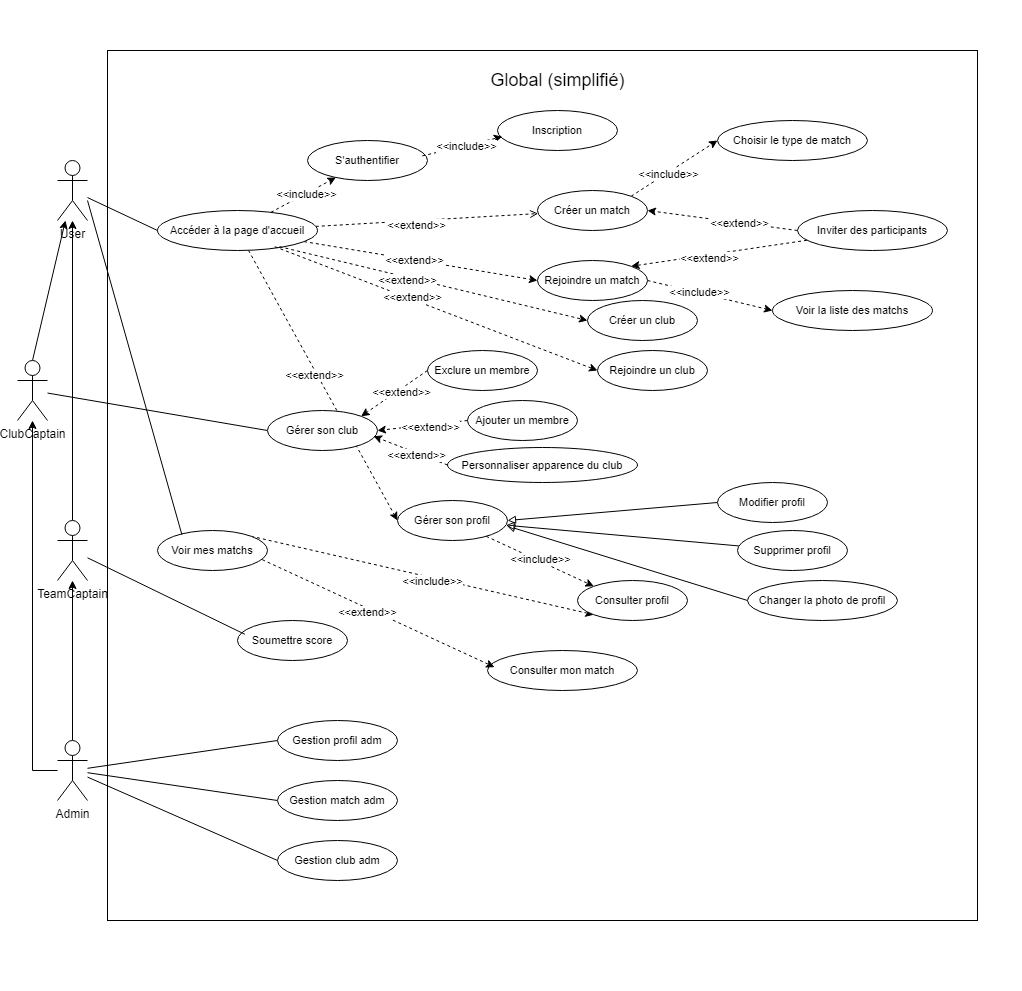
Above: Diagram use case Global simplifié.drawio.png in Mathistrg/Styx (draw.io), before the change. Source tidied: cells renumbered, new cells last; positions are measured from the earlier drawing's top-left corner, leaving out a move shared by most shapes.
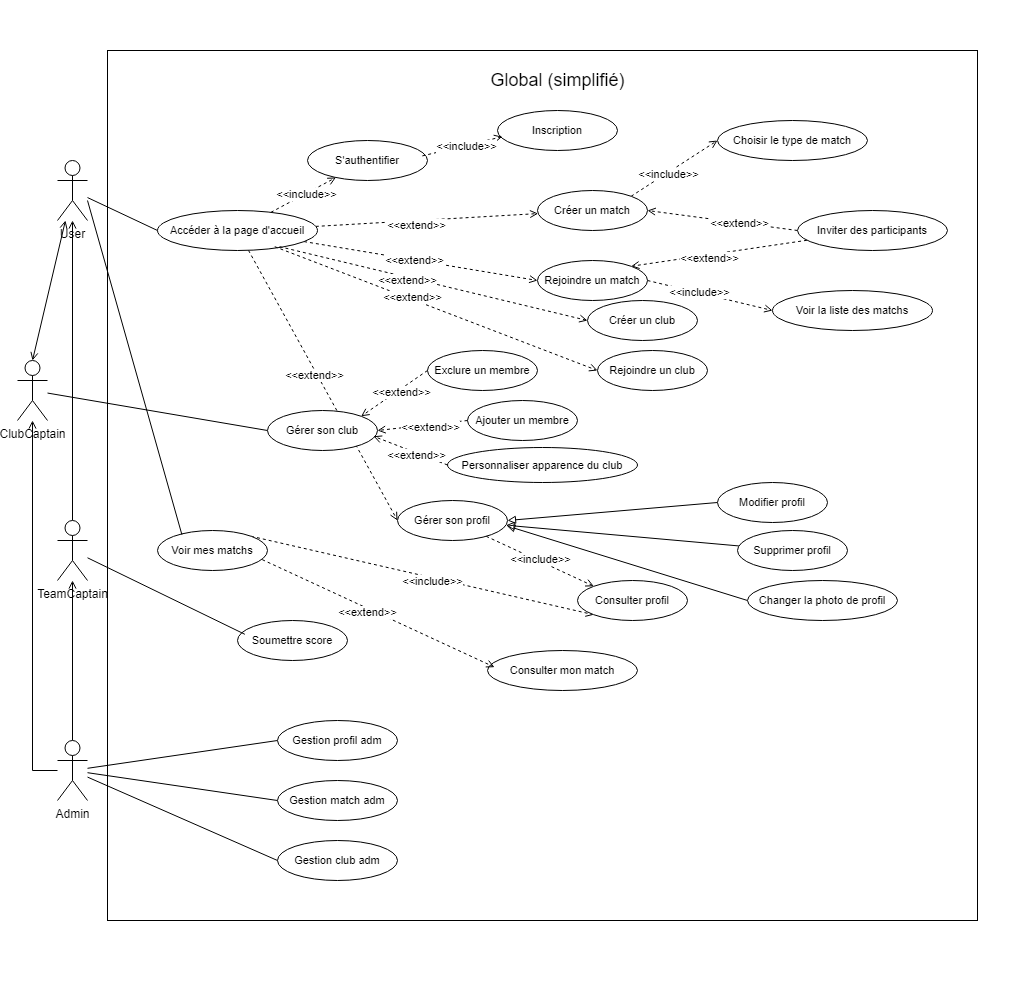
After the change.

Commit message:
Mettre à jour Diagram use case Global simplifié.drawio.png

The edit, as a diff of the source:
```diff
@@ -13,3 +13,3 @@
     </mxCell>
-    <mxCell id="5" style="rounded=0;jettySize=auto;html=1;endArrow=none;endFill=0;entryX=0.5;entryY=0;entryDx=0;entryDy=0;entryPerimeter=0;startArrow=classic;startFill=1;" parent="1" edge="1" source="7" target="9">
+    <mxCell id="5" style="rounded=0;jettySize=auto;html=1;endArrow=open;endFill=0;entryX=0.5;entryY=0;entryDx=0;entryDy=0;entryPerimeter=0;startArrow=open;startFill=0;" parent="1" edge="1" source="7" target="9">
       <mxGeometry relative="1" as="geometry" />
@@ -37,6 +37,6 @@
     </mxCell>
-    <mxCell id="13" style="edgeStyle=none;shape=connector;rounded=0;jettySize=auto;html=1;strokeColor=default;align=center;verticalAlign=middle;fontFamily=Helvetica;fontSize=11;fontColor=default;labelBackgroundColor=default;endArrow=classic;endFill=1;" parent="1" edge="1" source="15" target="20">
+    <mxCell id="13" style="edgeStyle=none;shape=connector;rounded=0;jettySize=auto;html=1;strokeColor=default;align=center;verticalAlign=middle;fontFamily=Helvetica;fontSize=11;fontColor=default;labelBackgroundColor=default;endArrow=open;endFill=0;" parent="1" edge="1" source="15" target="20">
       <mxGeometry relative="1" as="geometry" />
     </mxCell>
-    <mxCell id="14" style="edgeStyle=orthogonalEdgeStyle;rounded=0;jettySize=auto;html=1;" parent="1" edge="1" source="15" target="9">
+    <mxCell id="14" style="edgeStyle=orthogonalEdgeStyle;rounded=0;jettySize=auto;html=1;endArrow=open;endFill=0;" parent="1" edge="1" source="15" target="9">
       <mxGeometry relative="1" as="geometry" />
@@ -55,3 +55,3 @@
     </mxCell>
-    <mxCell id="19" style="edgeStyle=orthogonalEdgeStyle;rounded=0;jettySize=auto;html=1;" parent="1" edge="1" source="20" target="7">
+    <mxCell id="19" style="edgeStyle=orthogonalEdgeStyle;rounded=0;jettySize=auto;html=1;endArrow=open;endFill=0;" parent="1" edge="1" source="20" target="7">
       <mxGeometry relative="1" as="geometry" />
@@ -64,3 +64,3 @@
     </mxCell>
-    <mxCell id="22" style="edgeStyle=none;shape=connector;rounded=0;jettySize=auto;html=1;dashed=1;strokeColor=default;align=center;verticalAlign=middle;fontFamily=Helvetica;fontSize=11;fontColor=default;labelBackgroundColor=default;endArrow=classic;endFill=1;" parent="1" edge="1" source="30" target="21">
+    <mxCell id="22" style="edgeStyle=none;shape=connector;rounded=0;jettySize=auto;html=1;dashed=1;strokeColor=default;align=center;verticalAlign=middle;fontFamily=Helvetica;fontSize=11;fontColor=default;labelBackgroundColor=default;endArrow=open;endFill=0;" parent="1" edge="1" source="30" target="21">
       <mxGeometry relative="1" as="geometry" />
@@ -76,3 +76,3 @@
     </mxCell>
-    <mxCell id="26" style="edgeStyle=none;shape=connector;rounded=0;jettySize=auto;html=1;entryX=0;entryY=0.5;entryDx=0;entryDy=0;dashed=1;strokeColor=default;align=center;verticalAlign=middle;fontFamily=Helvetica;fontSize=11;fontColor=default;labelBackgroundColor=default;endArrow=classic;endFill=1;" parent="1" edge="1" source="30" target="42">
+    <mxCell id="26" style="edgeStyle=none;shape=connector;rounded=0;jettySize=auto;html=1;entryX=0;entryY=0.5;entryDx=0;entryDy=0;dashed=1;strokeColor=default;align=center;verticalAlign=middle;fontFamily=Helvetica;fontSize=11;fontColor=default;labelBackgroundColor=default;endArrow=open;endFill=0;" parent="1" edge="1" source="30" target="42">
       <mxGeometry relative="1" as="geometry" />
@@ -82,3 +82,3 @@
     </mxCell>
-    <mxCell id="28" style="edgeStyle=none;shape=connector;rounded=0;jettySize=auto;html=1;entryX=0;entryY=0.5;entryDx=0;entryDy=0;dashed=1;strokeColor=default;align=center;verticalAlign=middle;fontFamily=Helvetica;fontSize=11;fontColor=default;labelBackgroundColor=default;endArrow=classic;endFill=1;" parent="1" edge="1" source="30" target="53">
+    <mxCell id="28" style="edgeStyle=none;shape=connector;rounded=0;jettySize=auto;html=1;entryX=0;entryY=0.5;entryDx=0;entryDy=0;dashed=1;strokeColor=default;align=center;verticalAlign=middle;fontFamily=Helvetica;fontSize=11;fontColor=default;labelBackgroundColor=default;endArrow=open;endFill=0;" parent="1" edge="1" source="30" target="53">
       <mxGeometry relative="1" as="geometry" />
@@ -93,3 +93,3 @@
     </mxCell>
-    <mxCell id="31" style="edgeStyle=none;shape=connector;rounded=0;jettySize=auto;html=1;exitX=1;exitY=0;exitDx=0;exitDy=0;entryX=0;entryY=0.5;entryDx=0;entryDy=0;dashed=1;strokeColor=default;align=center;verticalAlign=middle;fontFamily=Helvetica;fontSize=11;fontColor=default;labelBackgroundColor=default;endArrow=classic;endFill=1;" parent="1" edge="1" source="35" target="36">
+    <mxCell id="31" style="edgeStyle=none;shape=connector;rounded=0;jettySize=auto;html=1;exitX=1;exitY=0;exitDx=0;exitDy=0;entryX=0;entryY=0.5;entryDx=0;entryDy=0;dashed=1;strokeColor=default;align=center;verticalAlign=middle;fontFamily=Helvetica;fontSize=11;fontColor=default;labelBackgroundColor=default;endArrow=open;endFill=0;" parent="1" edge="1" source="35" target="36">
       <mxGeometry relative="1" as="geometry" />
@@ -99,3 +99,3 @@
     </mxCell>
-    <mxCell id="33" style="edgeStyle=none;shape=connector;rounded=0;jettySize=auto;html=1;entryX=1;entryY=0.5;entryDx=0;entryDy=0;dashed=1;strokeColor=default;align=center;verticalAlign=middle;fontFamily=Helvetica;fontSize=11;fontColor=default;labelBackgroundColor=default;endArrow=classic;endFill=1;exitX=0;exitY=0.5;exitDx=0;exitDy=0;" parent="1" edge="1" source="39" target="35">
+    <mxCell id="33" style="edgeStyle=none;shape=connector;rounded=0;jettySize=auto;html=1;entryX=1;entryY=0.5;entryDx=0;entryDy=0;dashed=1;strokeColor=default;align=center;verticalAlign=middle;fontFamily=Helvetica;fontSize=11;fontColor=default;labelBackgroundColor=default;endArrow=open;endFill=0;exitX=0;exitY=0.5;exitDx=0;exitDy=0;" parent="1" edge="1" source="39" target="35">
       <mxGeometry relative="1" as="geometry" />
@@ -113,3 +113,3 @@
     </mxCell>
-    <mxCell id="37" style="edgeStyle=none;shape=connector;rounded=0;jettySize=auto;html=1;entryX=1;entryY=0;entryDx=0;entryDy=0;dashed=1;strokeColor=default;align=center;verticalAlign=middle;fontFamily=Helvetica;fontSize=11;fontColor=default;labelBackgroundColor=default;endArrow=classic;endFill=1;" parent="1" edge="1" source="39" target="42">
+    <mxCell id="37" style="edgeStyle=none;shape=connector;rounded=0;jettySize=auto;html=1;entryX=1;entryY=0;entryDx=0;entryDy=0;dashed=1;strokeColor=default;align=center;verticalAlign=middle;fontFamily=Helvetica;fontSize=11;fontColor=default;labelBackgroundColor=default;endArrow=open;endFill=0;" parent="1" edge="1" source="39" target="42">
       <mxGeometry relative="1" as="geometry" />
@@ -122,3 +122,3 @@
     </mxCell>
-    <mxCell id="40" style="edgeStyle=none;shape=connector;rounded=0;jettySize=auto;html=1;exitX=1;exitY=0.5;exitDx=0;exitDy=0;entryX=0;entryY=0.5;entryDx=0;entryDy=0;dashed=1;strokeColor=default;align=center;verticalAlign=middle;fontFamily=Helvetica;fontSize=11;fontColor=default;labelBackgroundColor=default;endArrow=classic;endFill=1;" parent="1" edge="1" source="42" target="43">
+    <mxCell id="40" style="edgeStyle=none;shape=connector;rounded=0;jettySize=auto;html=1;exitX=1;exitY=0.5;exitDx=0;exitDy=0;entryX=0;entryY=0.5;entryDx=0;entryDy=0;dashed=1;strokeColor=default;align=center;verticalAlign=middle;fontFamily=Helvetica;fontSize=11;fontColor=default;labelBackgroundColor=default;endArrow=open;endFill=0;" parent="1" edge="1" source="42" target="43">
       <mxGeometry relative="1" as="geometry" />
@@ -134,3 +134,3 @@
     </mxCell>
-    <mxCell id="44" style="edgeStyle=none;shape=connector;rounded=0;jettySize=auto;html=1;entryX=0;entryY=0.5;entryDx=0;entryDy=0;dashed=1;strokeColor=default;align=center;verticalAlign=middle;fontFamily=Helvetica;fontSize=11;fontColor=default;labelBackgroundColor=default;endArrow=classic;endFill=1;exitX=0.763;exitY=0.905;exitDx=0;exitDy=0;exitPerimeter=0;" parent="1" edge="1" source="30" target="49">
+    <mxCell id="44" style="edgeStyle=none;shape=connector;rounded=0;jettySize=auto;html=1;entryX=0;entryY=0.5;entryDx=0;entryDy=0;dashed=1;strokeColor=default;align=center;verticalAlign=middle;fontFamily=Helvetica;fontSize=11;fontColor=default;labelBackgroundColor=default;endArrow=open;endFill=0;exitX=0.763;exitY=0.905;exitDx=0;exitDy=0;exitPerimeter=0;" parent="1" edge="1" source="30" target="49">
       <mxGeometry relative="1" as="geometry" />
@@ -142,3 +142,3 @@
     </mxCell>
-    <mxCell id="46" style="edgeStyle=none;shape=connector;rounded=0;jettySize=auto;html=1;entryX=0;entryY=0.5;entryDx=0;entryDy=0;dashed=1;strokeColor=default;align=center;verticalAlign=middle;fontFamily=Helvetica;fontSize=11;fontColor=default;labelBackgroundColor=default;endArrow=classic;endFill=1;exitX=0.733;exitY=0.905;exitDx=0;exitDy=0;exitPerimeter=0;" parent="1" edge="1" source="30" target="50">
+    <mxCell id="46" style="edgeStyle=none;shape=connector;rounded=0;jettySize=auto;html=1;entryX=0;entryY=0.5;entryDx=0;entryDy=0;dashed=1;strokeColor=default;align=center;verticalAlign=middle;fontFamily=Helvetica;fontSize=11;fontColor=default;labelBackgroundColor=default;endArrow=open;endFill=0;exitX=0.733;exitY=0.905;exitDx=0;exitDy=0;exitPerimeter=0;" parent="1" edge="1" source="30" target="50">
       <mxGeometry relative="1" as="geometry" />
@@ -157,3 +157,3 @@
     </mxCell>
-    <mxCell id="51" style="edgeStyle=none;shape=connector;rounded=0;jettySize=auto;html=1;entryX=0;entryY=0;entryDx=0;entryDy=0;dashed=1;strokeColor=default;align=center;verticalAlign=middle;fontFamily=Helvetica;fontSize=11;fontColor=default;labelBackgroundColor=default;endArrow=classic;endFill=1;" parent="1" edge="1" source="53" target="57">
+    <mxCell id="51" style="edgeStyle=none;shape=connector;rounded=0;jettySize=auto;html=1;entryX=0;entryY=0;entryDx=0;entryDy=0;dashed=1;strokeColor=default;align=center;verticalAlign=middle;fontFamily=Helvetica;fontSize=11;fontColor=default;labelBackgroundColor=default;endArrow=open;endFill=0;" parent="1" edge="1" source="53" target="57">
       <mxGeometry relative="1" as="geometry" />
@@ -169,3 +169,3 @@
     </mxCell>
-    <mxCell id="55" style="edgeStyle=none;shape=connector;rounded=0;jettySize=auto;html=1;entryX=0;entryY=1;entryDx=0;entryDy=0;dashed=1;strokeColor=default;align=center;verticalAlign=middle;fontFamily=Helvetica;fontSize=11;fontColor=default;labelBackgroundColor=default;endArrow=classic;endFill=1;exitX=1;exitY=0;exitDx=0;exitDy=0;" parent="1" edge="1" source="61" target="57">
+    <mxCell id="55" style="edgeStyle=none;shape=connector;rounded=0;jettySize=auto;html=1;entryX=0;entryY=1;entryDx=0;entryDy=0;dashed=1;strokeColor=default;align=center;verticalAlign=middle;fontFamily=Helvetica;fontSize=11;fontColor=default;labelBackgroundColor=default;endArrow=open;endFill=0;exitX=1;exitY=0;exitDx=0;exitDy=0;" parent="1" edge="1" source="61" target="57">
       <mxGeometry relative="1" as="geometry" />
@@ -214,3 +214,3 @@
     </mxCell>
-    <mxCell id="70" style="edgeStyle=none;shape=connector;rounded=0;jettySize=auto;html=1;dashed=1;strokeColor=default;align=center;verticalAlign=middle;fontFamily=Helvetica;fontSize=11;fontColor=default;labelBackgroundColor=default;endArrow=classic;endFill=1;exitX=0;exitY=0.5;exitDx=0;exitDy=0;entryX=1;entryY=0;entryDx=0;entryDy=0;" parent="1" edge="1" source="67" target="48">
+    <mxCell id="70" style="edgeStyle=none;shape=connector;rounded=0;jettySize=auto;html=1;dashed=1;strokeColor=default;align=center;verticalAlign=middle;fontFamily=Helvetica;fontSize=11;fontColor=default;labelBackgroundColor=default;endArrow=open;endFill=0;exitX=0;exitY=0.5;exitDx=0;exitDy=0;entryX=1;entryY=0;entryDx=0;entryDy=0;" parent="1" edge="1" source="67" target="48">
       <mxGeometry relative="1" as="geometry" />
@@ -220,3 +220,3 @@
     </mxCell>
-    <mxCell id="72" style="edgeStyle=none;shape=connector;rounded=0;jettySize=auto;html=1;dashed=1;strokeColor=default;align=center;verticalAlign=middle;fontFamily=Helvetica;fontSize=11;fontColor=default;labelBackgroundColor=default;endArrow=classic;endFill=1;exitX=0;exitY=0.5;exitDx=0;exitDy=0;entryX=1;entryY=0.5;entryDx=0;entryDy=0;" parent="1" edge="1" source="68" target="48">
+    <mxCell id="72" style="edgeStyle=none;shape=connector;rounded=0;jettySize=auto;html=1;dashed=1;strokeColor=default;align=center;verticalAlign=middle;fontFamily=Helvetica;fontSize=11;fontColor=default;labelBackgroundColor=default;endArrow=open;endFill=0;exitX=0;exitY=0.5;exitDx=0;exitDy=0;entryX=1;entryY=0.5;entryDx=0;entryDy=0;" parent="1" edge="1" source="68" target="48">
       <mxGeometry relative="1" as="geometry" />
@@ -226,3 +226,3 @@
     </mxCell>
-    <mxCell id="74" style="edgeStyle=none;shape=connector;rounded=0;jettySize=auto;html=1;dashed=1;strokeColor=default;align=center;verticalAlign=middle;fontFamily=Helvetica;fontSize=11;fontColor=default;labelBackgroundColor=default;endArrow=classic;endFill=1;exitX=0;exitY=0.5;exitDx=0;exitDy=0;entryX=0.964;entryY=0.644;entryDx=0;entryDy=0;entryPerimeter=0;" parent="1" edge="1" source="69" target="48">
+    <mxCell id="74" style="edgeStyle=none;shape=connector;rounded=0;jettySize=auto;html=1;dashed=1;strokeColor=default;align=center;verticalAlign=middle;fontFamily=Helvetica;fontSize=11;fontColor=default;labelBackgroundColor=default;endArrow=open;endFill=0;exitX=0;exitY=0.5;exitDx=0;exitDy=0;entryX=0.964;entryY=0.644;entryDx=0;entryDy=0;entryPerimeter=0;" parent="1" edge="1" source="69" target="48">
       <mxGeometry relative="1" as="geometry" />
@@ -237,3 +237,3 @@
     </mxCell>
-    <mxCell id="77" style="edgeStyle=none;shape=connector;rounded=0;jettySize=auto;html=1;entryX=0.047;entryY=0.417;entryDx=0;entryDy=0;dashed=1;strokeColor=default;align=center;verticalAlign=middle;fontFamily=Helvetica;fontSize=11;fontColor=default;labelBackgroundColor=default;endArrow=classic;endFill=1;entryPerimeter=0;exitX=0.952;exitY=0.728;exitDx=0;exitDy=0;exitPerimeter=0;" parent="1" edge="1" source="61" target="62">
+    <mxCell id="77" style="edgeStyle=none;shape=connector;rounded=0;jettySize=auto;html=1;entryX=0.047;entryY=0.417;entryDx=0;entryDy=0;dashed=1;strokeColor=default;align=center;verticalAlign=middle;fontFamily=Helvetica;fontSize=11;fontColor=default;labelBackgroundColor=default;endArrow=open;endFill=0;entryPerimeter=0;exitX=0.952;exitY=0.728;exitDx=0;exitDy=0;exitPerimeter=0;" parent="1" edge="1" source="61" target="62">
       <mxGeometry relative="1" as="geometry" />
@@ -248,3 +248,3 @@
     </mxCell>
-    <mxCell id="80" style="edgeStyle=none;shape=connector;rounded=0;jettySize=auto;html=1;dashed=1;strokeColor=default;align=center;verticalAlign=middle;fontFamily=Helvetica;fontSize=11;fontColor=default;labelBackgroundColor=default;endArrow=classic;endFill=1;entryX=0.04;entryY=0.655;entryDx=0;entryDy=0;entryPerimeter=0;exitX=0.957;exitY=0.385;exitDx=0;exitDy=0;exitPerimeter=0;" parent="1" edge="1" source="21" target="79">
+    <mxCell id="80" style="edgeStyle=none;shape=connector;rounded=0;jettySize=auto;html=1;dashed=1;strokeColor=default;align=center;verticalAlign=middle;fontFamily=Helvetica;fontSize=11;fontColor=default;labelBackgroundColor=default;endArrow=open;endFill=0;entryX=0.04;entryY=0.655;entryDx=0;entryDy=0;entryPerimeter=0;exitX=0.957;exitY=0.385;exitDx=0;exitDy=0;exitPerimeter=0;" parent="1" edge="1" source="21" target="79">
       <mxGeometry relative="1" as="geometry" />
```
